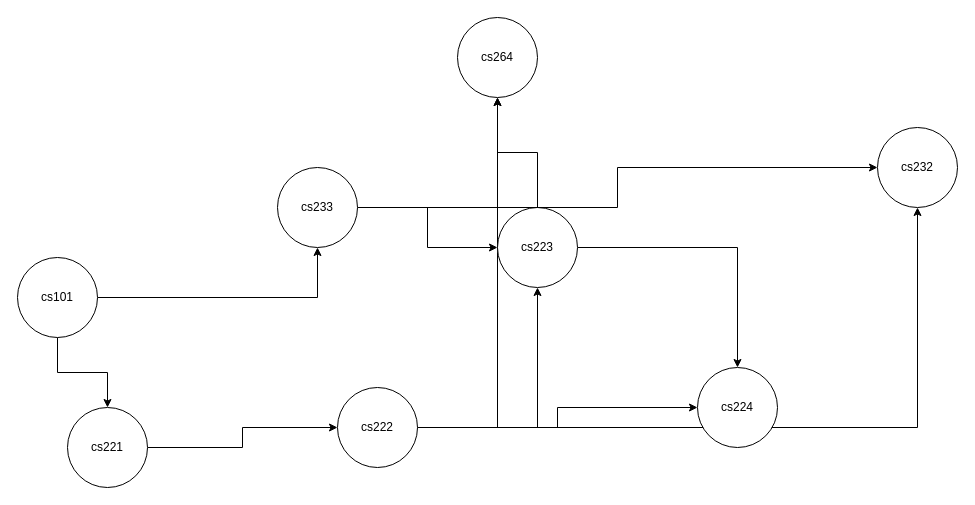
Before: cs217.drawio in Poom5741/cs251ERD, a draw.io diagram. Source tidied: cells renumbered, new cells numbered last; positions are measured from the earlier drawing's top-left corner, leaving out a move shared by most shapes. Both pictures are drawn from the tidied source at 100%, with x=0, y=0 at pixel (17, 17).
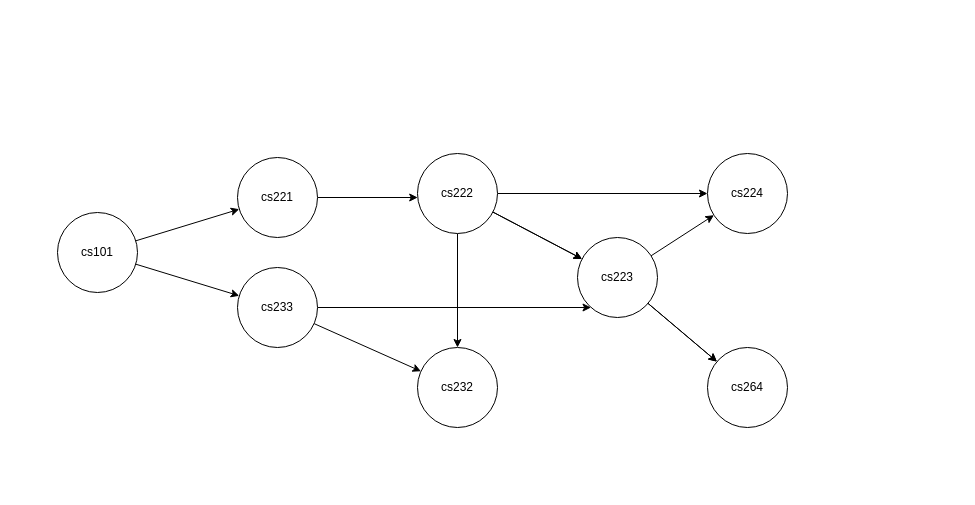
Above is the later version.

The edit, as a diff of the source:
```diff
@@
-    <mxCell id="2" style="edgeStyle=orthogonalEdgeStyle;rounded=0;jettySize=auto;html=1;" parent="1" edge="1" source="4" target="6">
+    <mxCell id="2" style="rounded=0;jettySize=auto;html=1;orthogonal=1;" parent="1" edge="1" source="4" target="6">
       <mxGeometry relative="1" as="geometry" />
     </mxCell>
-    <mxCell id="3" style="edgeStyle=orthogonalEdgeStyle;rounded=0;jettySize=auto;html=1;" parent="1" edge="1" source="4" target="17">
+    <mxCell id="3" style="rounded=0;jettySize=auto;html=1;orthogonal=1;" parent="1" edge="1" source="4" target="17">
       <mxGeometry relative="1" as="geometry" />
     </mxCell>
     <mxCell id="4" value="cs101" style="ellipse;whiteSpace=wrap;html=1;" parent="1" vertex="1">
-      <mxGeometry y="240" width="80" height="80" as="geometry" />
+      <mxGeometry x="40" y="195" width="80" height="80" as="geometry" />
     </mxCell>
-    <mxCell id="5" style="edgeStyle=orthogonalEdgeStyle;rounded=0;jettySize=auto;html=1;" parent="1" edge="1" source="6" target="11">
+    <mxCell id="5" style="rounded=0;jettySize=auto;html=1;orthogonal=1;" parent="1" edge="1" source="6" target="11">
       <mxGeometry relative="1" as="geometry" />
     </mxCell>
     <mxCell id="6" value="cs221" style="ellipse;whiteSpace=wrap;html=1;" parent="1" vertex="1">
-      <mxGeometry x="50" y="390" width="80" height="80" as="geometry" />
+      <mxGeometry x="220" y="140" width="80" height="80" as="geometry" />
     </mxCell>
-    <mxCell id="7" style="edgeStyle=orthogonalEdgeStyle;rounded=0;jettySize=auto;html=1;" parent="1" edge="1" source="11" target="14">
+    <mxCell id="7" style="rounded=0;jettySize=auto;html=1;orthogonal=1;" parent="1" edge="1" source="11" target="14">
       <mxGeometry relative="1" as="geometry" />
     </mxCell>
-    <mxCell id="8" style="edgeStyle=orthogonalEdgeStyle;rounded=0;jettySize=auto;html=1;" parent="1" edge="1" source="11" target="18">
+    <mxCell id="8" style="rounded=0;jettySize=auto;html=1;orthogonal=1;" parent="1" edge="1" source="11" target="18">
       <mxGeometry relative="1" as="geometry" />
     </mxCell>
-    <mxCell id="9" style="edgeStyle=orthogonalEdgeStyle;rounded=0;jettySize=auto;html=1;" parent="1" edge="1" source="11" target="19">
+    <mxCell id="9" style="rounded=0;jettySize=auto;html=1;orthogonal=1;" parent="1" edge="1" source="11" target="19">
       <mxGeometry relative="1" as="geometry" />
     </mxCell>
-    <mxCell id="10" style="edgeStyle=orthogonalEdgeStyle;rounded=0;jettySize=auto;html=1;" parent="1" edge="1" source="11" target="20">
+    <mxCell id="10" style="rounded=0;jettySize=auto;html=1;orthogonal=1;" parent="1" edge="1" source="14" target="20">
       <mxGeometry relative="1" as="geometry" />
     </mxCell>
     <mxCell id="11" value="cs222" style="ellipse;whiteSpace=wrap;html=1;" parent="1" vertex="1">
-      <mxGeometry x="320" y="370" width="80" height="80" as="geometry" />
+      <mxGeometry x="400" y="136" width="80" height="80" as="geometry" />
     </mxCell>
-    <mxCell id="12" style="edgeStyle=orthogonalEdgeStyle;rounded=0;jettySize=auto;html=1;" parent="1" edge="1" source="14" target="18">
+    <mxCell id="12" style="rounded=0;jettySize=auto;html=1;orthogonal=1;" parent="1" edge="1" source="14" target="18">
       <mxGeometry relative="1" as="geometry" />
     </mxCell>
-    <mxCell id="13" style="edgeStyle=orthogonalEdgeStyle;rounded=0;jettySize=auto;html=1;" parent="1" edge="1" source="14" target="20">
+    <mxCell id="13" style="rounded=0;jettySize=auto;html=1;orthogonal=1;" parent="1" edge="1" source="14" target="20">
       <mxGeometry relative="1" as="geometry" />
     </mxCell>
-    <mxCell id="14" value="cs223" style="ellipse;whiteSpace=wrap;html=1;" parent="1" vertex="1">
-      <mxGeometry x="480" y="190" width="80" height="80" as="geometry" />
-    </mxCell>
-    <mxCell id="15" style="edgeStyle=orthogonalEdgeStyle;rounded=0;jettySize=auto;html=1;" parent="1" edge="1" source="17" target="14">
+    <mxCell id="15" style="rounded=0;jettySize=auto;html=1;orthogonal=1;" parent="1" edge="1" source="17" target="14">
       <mxGeometry relative="1" as="geometry" />
     </mxCell>
-    <mxCell id="16" style="edgeStyle=orthogonalEdgeStyle;rounded=0;jettySize=auto;html=1;" parent="1" edge="1" source="17" target="19">
+    <mxCell id="16" style="rounded=0;jettySize=auto;html=1;orthogonal=1;" parent="1" edge="1" source="17" target="19">
       <mxGeometry relative="1" as="geometry" />
     </mxCell>
     <mxCell id="17" value="cs233" style="ellipse;whiteSpace=wrap;html=1;" parent="1" vertex="1">
-      <mxGeometry x="260" y="150" width="80" height="80" as="geometry" />
+      <mxGeometry x="220" y="250" width="80" height="80" as="geometry" />
     </mxCell>
     <mxCell id="18" value="cs224" style="ellipse;whiteSpace=wrap;html=1;" parent="1" vertex="1">
-      <mxGeometry x="680" y="350" width="80" height="80" as="geometry" />
+      <mxGeometry x="690" y="136" width="80" height="80" as="geometry" />
     </mxCell>
     <mxCell id="19" value="cs232" style="ellipse;whiteSpace=wrap;html=1;" parent="1" vertex="1">
-      <mxGeometry x="860" y="110" width="80" height="80" as="geometry" />
+      <mxGeometry x="400" y="330" width="80" height="80" as="geometry" />
     </mxCell>
     <mxCell id="20" value="cs264" style="ellipse;whiteSpace=wrap;html=1;" parent="1" vertex="1">
-      <mxGeometry x="440" width="80" height="80" as="geometry" />
+      <mxGeometry x="690" y="330" width="80" height="80" as="geometry" />
     </mxCell>
+    <mxCell id="21" style="rounded=0;jettySize=auto;html=1;orthogonal=1;" parent="1" edge="1" source="11" target="14">
+      <mxGeometry relative="1" as="geometry" />
+    </mxCell>
+    <mxCell id="14" value="cs223" style="ellipse;whiteSpace=wrap;html=1;" parent="1" vertex="1">
+      <mxGeometry x="560" y="220" width="80" height="80" as="geometry" />
+    </mxCell>
```
